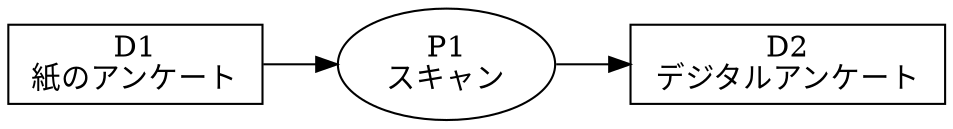
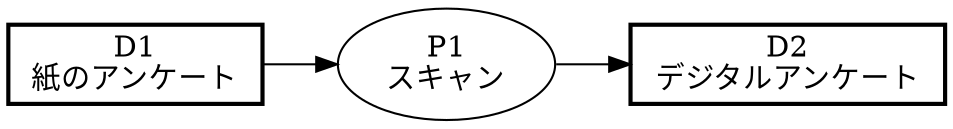
digraph PFDSL {
  rankdir=LR;
  newrank=true;

-   "D1" [shape=box, label="D1\n紙のアンケート", width=1.70];
-   "D2" [shape=box, label="D2\nデジタルアンケート", width=2.10];
+   "D1" [shape=box, label="D1\n紙のアンケート", width=1.70, penwidth="2"];
+   "D2" [shape=box, label="D2\nデジタルアンケート", width=2.10, penwidth="2"];
  "P1" [shape=ellipse, label="P1\nスキャン", width=1.10];

  "D1" -> "P1";
  "P1" -> "D2";
}
